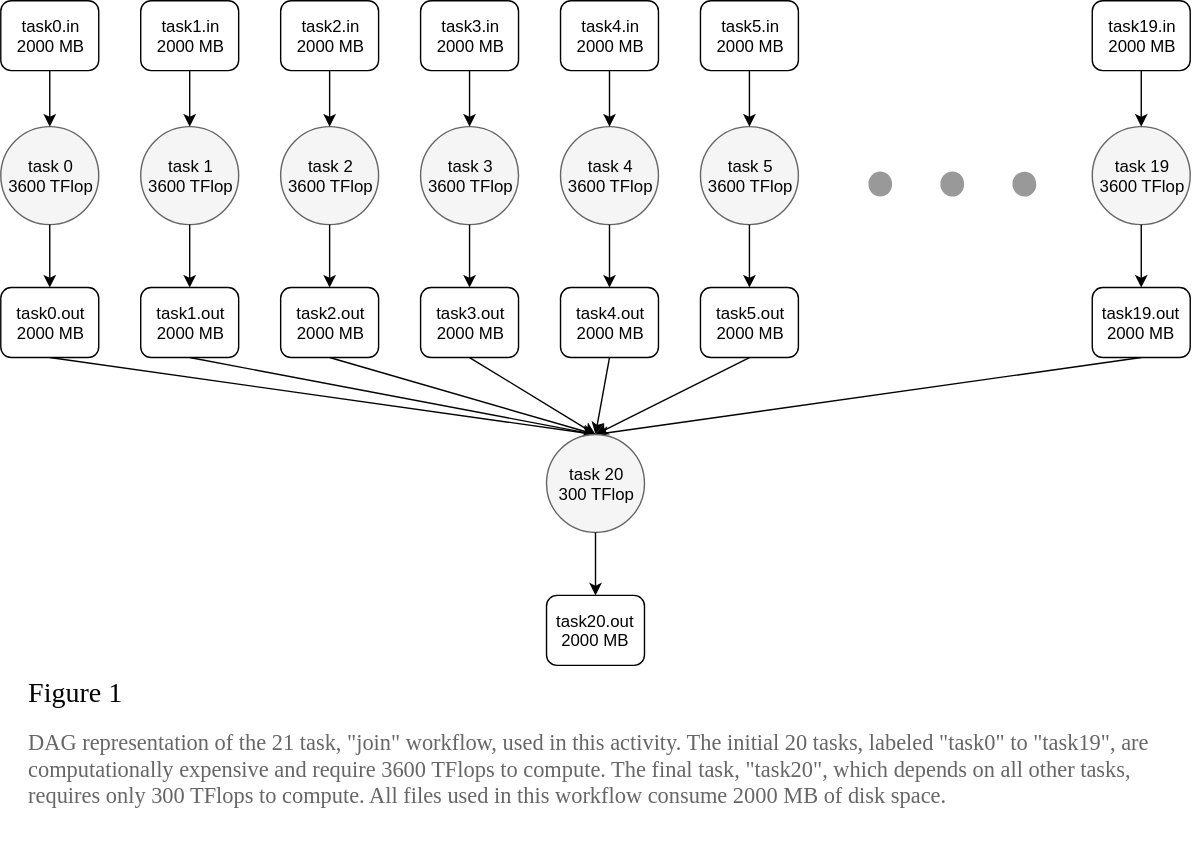
Earlier version of the draw.io export docs/public/img/activity_2/workflow.svg (wrench-project/wrench-pedagogic-modules). Source tidied: cells renumbered, new cells last; positions are measured from the earlier drawing's top-left corner, leaving out a move shared by most shapes.
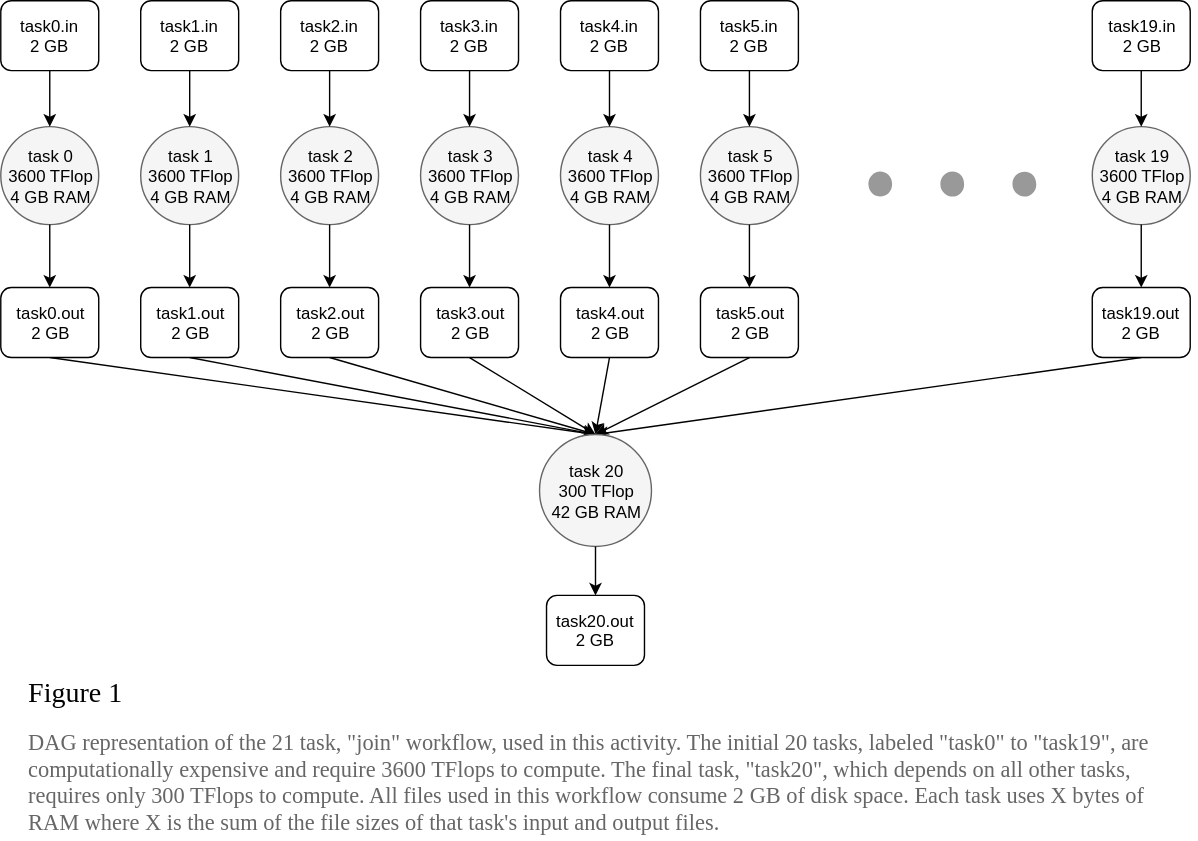
Later version of the same file.

What changed in the source:
```diff
@@ -26,94 +26,94 @@
     <mxCell id="9" style="endArrow=classic;html=1;exitX=0.5;exitY=1;entryX=0.5;entryY=0;" parent="1" edge="1" source="45" target="47">
       <mxGeometry relative="1" as="geometry" />
     </mxCell>
-    <mxCell id="10" value="&lt;h1 style=&quot;font-size: 20px&quot;&gt;&lt;font face=&quot;Garamond&quot; style=&quot;font-size: 20px ; font-weight: normal&quot;&gt;Figure 2.1&lt;/font&gt;&lt;/h1&gt;&lt;p&gt;&lt;font face=&quot;Garamond&quot;&gt;&lt;span style=&quot;font-size: 16px&quot;&gt;&lt;font color=&quot;#666666&quot;&gt;DAG representation of the 21 task, &quot;join&quot; workflow, used in this activity. The initial 20 tasks, labeled &quot;task0&quot; to &quot;task19&quot;, are computationally expensive and require 3600 TFlops to compute. The final task, &quot;task20&quot;, which depends on all other tasks, requires only 300 TFlops to compute. All files used in this workflow consume 2000 MB of disk space.&amp;nbsp;&lt;/font&gt; &amp;nbsp;&lt;/span&gt;&lt;/font&gt;&lt;/p&gt;" style="text;html=1;strokeColor=none;fillColor=none;spacing=5;spacingTop=-20;whiteSpace=wrap;overflow=hidden;rounded=0;" parent="1" vertex="1">
+    <mxCell id="10" value="&lt;h1 style=&quot;font-size: 20px&quot;&gt;&lt;font face=&quot;Garamond&quot; style=&quot;font-size: 20px ; font-weight: normal&quot;&gt;Figure 1&lt;/font&gt;&lt;/h1&gt;&lt;p&gt;&lt;font face=&quot;Garamond&quot;&gt;&lt;span style=&quot;font-size: 16px&quot;&gt;&lt;font color=&quot;#666666&quot;&gt;DAG representation of the 21 task, &quot;join&quot; workflow, used in this activity. The initial 20 tasks, labeled &quot;task0&quot; to &quot;task19&quot;, are computationally expensive and require 3600 TFlops to compute. The final task, &quot;task20&quot;, which depends on all other tasks, requires only 300 TFlops to compute. All files used in this workflow consume 2 GB of disk space. Each task uses X bytes of RAM where X is the sum of the file sizes of that task's input and output files.&amp;nbsp; &amp;nbsp;&lt;/font&gt; &amp;nbsp;&lt;/span&gt;&lt;/font&gt;&lt;/p&gt;" style="text;html=1;strokeColor=none;fillColor=none;spacing=5;spacingTop=-20;whiteSpace=wrap;overflow=hidden;rounded=0;" parent="1" vertex="1">
       <mxGeometry x="15" y="480" width="840" height="120" as="geometry" />
     </mxCell>
-    <mxCell id="11" value="&lt;font style=&quot;font-size: 12px&quot;&gt;task 0&lt;br&gt;3600 TFlop&lt;br&gt;&lt;/font&gt;" style="ellipse;whiteSpace=wrap;html=1;strokeColor=#666666;strokeWidth=1;fillColor=#F5F5F5;" parent="1" vertex="1">
+    <mxCell id="11" value="&lt;font style=&quot;font-size: 12px&quot;&gt;task 0&lt;br&gt;3600 TFlop&lt;br&gt;4 GB RAM&lt;br&gt;&lt;/font&gt;" style="ellipse;whiteSpace=wrap;html=1;strokeColor=#666666;strokeWidth=1;fillColor=#F5F5F5;" parent="1" vertex="1">
       <mxGeometry y="90" width="70" height="70" as="geometry" />
     </mxCell>
     <mxCell id="12" style="edgeStyle=orthogonalEdgeStyle;rounded=0;html=1;jettySize=auto;" parent="1" edge="1" source="13" target="11">
       <mxGeometry relative="1" as="geometry" />
     </mxCell>
-    <mxCell id="13" value="task0.in&lt;br&gt;2000 MB&lt;br&gt;" style="rounded=1;whiteSpace=wrap;html=1;strokeColor=#000000;strokeWidth=1;fillColor=#ffffff;" parent="1" vertex="1">
+    <mxCell id="13" value="task0.in&lt;br&gt;2 GB&lt;br&gt;" style="rounded=1;whiteSpace=wrap;html=1;strokeColor=#000000;strokeWidth=1;fillColor=#ffffff;" parent="1" vertex="1">
       <mxGeometry width="70" height="50" as="geometry" />
     </mxCell>
-    <mxCell id="14" value="task0.out&lt;br&gt;2000 MB&lt;br&gt;" style="rounded=1;whiteSpace=wrap;html=1;strokeColor=#000000;strokeWidth=1;fillColor=#ffffff;" parent="1" vertex="1">
+    <mxCell id="14" value="task0.out&lt;br&gt;2 GB&lt;br&gt;" style="rounded=1;whiteSpace=wrap;html=1;strokeColor=#000000;strokeWidth=1;fillColor=#ffffff;" parent="1" vertex="1">
       <mxGeometry y="205" width="70" height="50" as="geometry" />
     </mxCell>
     <mxCell id="15" style="edgeStyle=orthogonalEdgeStyle;rounded=0;html=1;jettySize=auto;" parent="1" edge="1" source="11" target="14">
       <mxGeometry relative="1" as="geometry" />
     </mxCell>
-    <mxCell id="16" value="&lt;font style=&quot;font-size: 12px&quot;&gt;task 1&lt;br&gt;3600 TFlop&lt;br&gt;&lt;/font&gt;" style="ellipse;whiteSpace=wrap;html=1;strokeColor=#666666;strokeWidth=1;fillColor=#F5F5F5;" parent="1" vertex="1">
+    <mxCell id="16" value="&lt;font style=&quot;font-size: 12px&quot;&gt;task 1&lt;br&gt;3600 TFlop&lt;br&gt;4 GB RAM&lt;br&gt;&lt;/font&gt;" style="ellipse;whiteSpace=wrap;html=1;strokeColor=#666666;strokeWidth=1;fillColor=#F5F5F5;" parent="1" vertex="1">
       <mxGeometry x="100" y="90" width="70" height="70" as="geometry" />
     </mxCell>
     <mxCell id="17" style="edgeStyle=orthogonalEdgeStyle;rounded=0;html=1;jettySize=auto;" parent="1" edge="1" source="18" target="16">
       <mxGeometry relative="1" as="geometry" />
     </mxCell>
-    <mxCell id="18" value="task1.in&lt;br&gt;2000 MB&lt;br&gt;" style="rounded=1;whiteSpace=wrap;html=1;strokeColor=#000000;strokeWidth=1;fillColor=#ffffff;" parent="1" vertex="1">
+    <mxCell id="18" value="task1.in&lt;br&gt;2 GB&lt;br&gt;" style="rounded=1;whiteSpace=wrap;html=1;strokeColor=#000000;strokeWidth=1;fillColor=#ffffff;" parent="1" vertex="1">
       <mxGeometry x="100" width="70" height="50" as="geometry" />
     </mxCell>
-    <mxCell id="19" value="task1.out&lt;br&gt;2000 MB&lt;br&gt;" style="rounded=1;whiteSpace=wrap;html=1;strokeColor=#000000;strokeWidth=1;fillColor=#ffffff;" parent="1" vertex="1">
+    <mxCell id="19" value="task1.out&lt;br&gt;2 GB&lt;br&gt;" style="rounded=1;whiteSpace=wrap;html=1;strokeColor=#000000;strokeWidth=1;fillColor=#ffffff;" parent="1" vertex="1">
       <mxGeometry x="100" y="205" width="70" height="50" as="geometry" />
     </mxCell>
     <mxCell id="20" style="edgeStyle=orthogonalEdgeStyle;rounded=0;html=1;jettySize=auto;" parent="1" edge="1" source="16" target="19">
       <mxGeometry relative="1" as="geometry" />
     </mxCell>
-    <mxCell id="21" value="&lt;font style=&quot;font-size: 12px&quot;&gt;task 2&lt;br&gt;3600 TFlop&lt;br&gt;&lt;/font&gt;" style="ellipse;whiteSpace=wrap;html=1;strokeColor=#666666;strokeWidth=1;fillColor=#F5F5F5;" parent="1" vertex="1">
+    <mxCell id="21" value="&lt;font style=&quot;font-size: 12px&quot;&gt;task 2&lt;br&gt;3600 TFlop&lt;br&gt;4 GB RAM&lt;br&gt;&lt;/font&gt;" style="ellipse;whiteSpace=wrap;html=1;strokeColor=#666666;strokeWidth=1;fillColor=#F5F5F5;" parent="1" vertex="1">
       <mxGeometry x="200" y="90" width="70" height="70" as="geometry" />
     </mxCell>
     <mxCell id="22" style="edgeStyle=orthogonalEdgeStyle;rounded=0;html=1;jettySize=auto;" parent="1" edge="1" source="23" target="21">
       <mxGeometry relative="1" as="geometry" />
     </mxCell>
-    <mxCell id="23" value="task2.in&lt;br&gt;2000 MB&lt;br&gt;" style="rounded=1;whiteSpace=wrap;html=1;strokeColor=#000000;strokeWidth=1;fillColor=#ffffff;" parent="1" vertex="1">
+    <mxCell id="23" value="task2.in&lt;br&gt;2 GB&lt;br&gt;" style="rounded=1;whiteSpace=wrap;html=1;strokeColor=#000000;strokeWidth=1;fillColor=#ffffff;" parent="1" vertex="1">
       <mxGeometry x="200" width="70" height="50" as="geometry" />
     </mxCell>
-    <mxCell id="24" value="task2.out&lt;br&gt;2000 MB&lt;br&gt;" style="rounded=1;whiteSpace=wrap;html=1;strokeColor=#000000;strokeWidth=1;fillColor=#ffffff;" parent="1" vertex="1">
+    <mxCell id="24" value="task2.out&lt;br&gt;2 GB&lt;br&gt;" style="rounded=1;whiteSpace=wrap;html=1;strokeColor=#000000;strokeWidth=1;fillColor=#ffffff;" parent="1" vertex="1">
       <mxGeometry x="200" y="205" width="70" height="50" as="geometry" />
     </mxCell>
     <mxCell id="25" style="edgeStyle=orthogonalEdgeStyle;rounded=0;html=1;jettySize=auto;" parent="1" edge="1" source="21" target="24">
       <mxGeometry relative="1" as="geometry" />
     </mxCell>
-    <mxCell id="26" value="&lt;font style=&quot;font-size: 12px&quot;&gt;task 3&lt;br&gt;3600 TFlop&lt;br&gt;&lt;/font&gt;" style="ellipse;whiteSpace=wrap;html=1;strokeColor=#666666;strokeWidth=1;fillColor=#F5F5F5;" parent="1" vertex="1">
+    <mxCell id="26" value="&lt;font style=&quot;font-size: 12px&quot;&gt;task 3&lt;br&gt;3600 TFlop&lt;br&gt;4 GB RAM&lt;br&gt;&lt;/font&gt;" style="ellipse;whiteSpace=wrap;html=1;strokeColor=#666666;strokeWidth=1;fillColor=#F5F5F5;" parent="1" vertex="1">
       <mxGeometry x="300" y="90" width="70" height="70" as="geometry" />
     </mxCell>
     <mxCell id="27" style="edgeStyle=orthogonalEdgeStyle;rounded=0;html=1;jettySize=auto;" parent="1" edge="1" source="28" target="26">
       <mxGeometry relative="1" as="geometry" />
     </mxCell>
-    <mxCell id="28" value="task3.in&lt;br&gt;2000 MB&lt;br&gt;" style="rounded=1;whiteSpace=wrap;html=1;strokeColor=#000000;strokeWidth=1;fillColor=#ffffff;" parent="1" vertex="1">
+    <mxCell id="28" value="task3.in&lt;br&gt;2 GB&lt;br&gt;" style="rounded=1;whiteSpace=wrap;html=1;strokeColor=#000000;strokeWidth=1;fillColor=#ffffff;" parent="1" vertex="1">
       <mxGeometry x="300" width="70" height="50" as="geometry" />
     </mxCell>
-    <mxCell id="29" value="task3.out&lt;br&gt;2000 MB&lt;br&gt;" style="rounded=1;whiteSpace=wrap;html=1;strokeColor=#000000;strokeWidth=1;fillColor=#ffffff;" parent="1" vertex="1">
+    <mxCell id="29" value="task3.out&lt;br&gt;2 GB&lt;br&gt;" style="rounded=1;whiteSpace=wrap;html=1;strokeColor=#000000;strokeWidth=1;fillColor=#ffffff;" parent="1" vertex="1">
       <mxGeometry x="300" y="205" width="70" height="50" as="geometry" />
     </mxCell>
     <mxCell id="30" style="edgeStyle=orthogonalEdgeStyle;rounded=0;html=1;jettySize=auto;" parent="1" edge="1" source="26" target="29">
       <mxGeometry relative="1" as="geometry" />
     </mxCell>
-    <mxCell id="31" value="&lt;font style=&quot;font-size: 12px&quot;&gt;task 4&lt;br&gt;3600 TFlop&lt;br&gt;&lt;/font&gt;" style="ellipse;whiteSpace=wrap;html=1;strokeColor=#666666;strokeWidth=1;fillColor=#F5F5F5;" parent="1" vertex="1">
+    <mxCell id="31" value="&lt;font style=&quot;font-size: 12px&quot;&gt;task 4&lt;br&gt;3600 TFlop&lt;br&gt;4 GB RAM&lt;br&gt;&lt;/font&gt;" style="ellipse;whiteSpace=wrap;html=1;strokeColor=#666666;strokeWidth=1;fillColor=#F5F5F5;" parent="1" vertex="1">
       <mxGeometry x="400" y="90" width="70" height="70" as="geometry" />
     </mxCell>
     <mxCell id="32" style="edgeStyle=orthogonalEdgeStyle;rounded=0;html=1;jettySize=auto;" parent="1" edge="1" source="33" target="31">
       <mxGeometry relative="1" as="geometry" />
     </mxCell>
-    <mxCell id="33" value="task4.in&lt;br&gt;2000 MB&lt;br&gt;" style="rounded=1;whiteSpace=wrap;html=1;strokeColor=#000000;strokeWidth=1;fillColor=#ffffff;" parent="1" vertex="1">
+    <mxCell id="33" value="task4.in&lt;br&gt;2 GB&lt;br&gt;" style="rounded=1;whiteSpace=wrap;html=1;strokeColor=#000000;strokeWidth=1;fillColor=#ffffff;" parent="1" vertex="1">
       <mxGeometry x="400" width="70" height="50" as="geometry" />
     </mxCell>
-    <mxCell id="34" value="task4.out&lt;br&gt;2000 MB&lt;br&gt;" style="rounded=1;whiteSpace=wrap;html=1;strokeColor=#000000;strokeWidth=1;fillColor=#ffffff;" parent="1" vertex="1">
+    <mxCell id="34" value="task4.out&lt;br&gt;2 GB&lt;br&gt;" style="rounded=1;whiteSpace=wrap;html=1;strokeColor=#000000;strokeWidth=1;fillColor=#ffffff;" parent="1" vertex="1">
       <mxGeometry x="400" y="205" width="70" height="50" as="geometry" />
     </mxCell>
     <mxCell id="35" style="edgeStyle=orthogonalEdgeStyle;rounded=0;html=1;jettySize=auto;" parent="1" edge="1" source="31" target="34">
       <mxGeometry relative="1" as="geometry" />
     </mxCell>
-    <mxCell id="36" value="&lt;font style=&quot;font-size: 12px&quot;&gt;task 5&lt;br&gt;3600 TFlop&lt;br&gt;&lt;/font&gt;" style="ellipse;whiteSpace=wrap;html=1;strokeColor=#666666;strokeWidth=1;fillColor=#F5F5F5;" parent="1" vertex="1">
+    <mxCell id="36" value="&lt;font style=&quot;font-size: 12px&quot;&gt;task 5&lt;br&gt;3600 TFlop&lt;br&gt;4 GB RAM&lt;br&gt;&lt;/font&gt;" style="ellipse;whiteSpace=wrap;html=1;strokeColor=#666666;strokeWidth=1;fillColor=#F5F5F5;" parent="1" vertex="1">
       <mxGeometry x="500" y="90" width="70" height="70" as="geometry" />
     </mxCell>
     <mxCell id="37" style="edgeStyle=orthogonalEdgeStyle;rounded=0;html=1;jettySize=auto;" parent="1" edge="1" source="38" target="36">
       <mxGeometry relative="1" as="geometry" />
     </mxCell>
-    <mxCell id="38" value="task5.in&lt;br&gt;2000 MB&lt;br&gt;" style="rounded=1;whiteSpace=wrap;html=1;strokeColor=#000000;strokeWidth=1;fillColor=#ffffff;" parent="1" vertex="1">
+    <mxCell id="38" value="task5.in&lt;br&gt;2 GB&lt;br&gt;" style="rounded=1;whiteSpace=wrap;html=1;strokeColor=#000000;strokeWidth=1;fillColor=#ffffff;" parent="1" vertex="1">
       <mxGeometry x="500" width="70" height="50" as="geometry" />
     </mxCell>
-    <mxCell id="39" value="task5.out&lt;br&gt;2000 MB&lt;br&gt;" style="rounded=1;whiteSpace=wrap;html=1;strokeColor=#000000;strokeWidth=1;fillColor=#ffffff;" parent="1" vertex="1">
+    <mxCell id="39" value="task5.out&lt;br&gt;2 GB&lt;br&gt;" style="rounded=1;whiteSpace=wrap;html=1;strokeColor=#000000;strokeWidth=1;fillColor=#ffffff;" parent="1" vertex="1">
       <mxGeometry x="500" y="205" width="70" height="50" as="geometry" />
     </mxCell>
     <mxCell id="40" style="edgeStyle=orthogonalEdgeStyle;rounded=0;html=1;jettySize=auto;" parent="1" edge="1" source="36" target="39">
@@ -122,25 +122,25 @@
     <mxCell id="41" style="shadow=0;dashed=0;html=1;strokeColor=none;labelPosition=center;verticalLabelPosition=bottom;verticalAlign=top;align=center;shape=mxgraph.mscae.general_symbols.ellipses;fillColor=#999999;" parent="1" vertex="1">
       <mxGeometry x="620" y="122" width="120" height="18" as="geometry" />
     </mxCell>
-    <mxCell id="42" value="&lt;font style=&quot;font-size: 12px&quot;&gt;task 19&lt;br&gt;3600 TFlop&lt;br&gt;&lt;/font&gt;" style="ellipse;whiteSpace=wrap;html=1;strokeColor=#666666;strokeWidth=1;fillColor=#F5F5F5;" parent="1" vertex="1">
+    <mxCell id="42" value="&lt;font style=&quot;font-size: 12px&quot;&gt;task 19&lt;br&gt;3600 TFlop&lt;br&gt;4 GB RAM&lt;br&gt;&lt;/font&gt;" style="ellipse;whiteSpace=wrap;html=1;strokeColor=#666666;strokeWidth=1;fillColor=#F5F5F5;" parent="1" vertex="1">
       <mxGeometry x="780" y="90" width="70" height="70" as="geometry" />
     </mxCell>
     <mxCell id="43" style="edgeStyle=orthogonalEdgeStyle;rounded=0;html=1;jettySize=auto;" parent="1" edge="1" source="44" target="42">
       <mxGeometry relative="1" as="geometry" />
     </mxCell>
-    <mxCell id="44" value="task19.in&lt;br&gt;2000 MB&lt;br&gt;" style="rounded=1;whiteSpace=wrap;html=1;strokeColor=#000000;strokeWidth=1;fillColor=#ffffff;" parent="1" vertex="1">
+    <mxCell id="44" value="task19.in&lt;br&gt;2 GB&lt;br&gt;" style="rounded=1;whiteSpace=wrap;html=1;strokeColor=#000000;strokeWidth=1;fillColor=#ffffff;" parent="1" vertex="1">
       <mxGeometry x="780" width="70" height="50" as="geometry" />
     </mxCell>
-    <mxCell id="45" value="task19.out&lt;br&gt;2000 MB&lt;br&gt;" style="rounded=1;whiteSpace=wrap;html=1;strokeColor=#000000;strokeWidth=1;fillColor=#ffffff;" parent="1" vertex="1">
+    <mxCell id="45" value="task19.out&lt;br&gt;2 GB&lt;br&gt;" style="rounded=1;whiteSpace=wrap;html=1;strokeColor=#000000;strokeWidth=1;fillColor=#ffffff;" parent="1" vertex="1">
       <mxGeometry x="780" y="205" width="70" height="50" as="geometry" />
     </mxCell>
     <mxCell id="46" style="edgeStyle=orthogonalEdgeStyle;rounded=0;html=1;jettySize=auto;" parent="1" edge="1" source="42" target="45">
       <mxGeometry relative="1" as="geometry" />
     </mxCell>
-    <mxCell id="47" value="&lt;font style=&quot;font-size: 12px&quot;&gt;task 20&lt;br&gt;300 TFlop&lt;br&gt;&lt;/font&gt;" style="ellipse;whiteSpace=wrap;html=1;strokeColor=#666666;strokeWidth=1;fillColor=#F5F5F5;" parent="1" vertex="1">
-      <mxGeometry x="390" y="310" width="70" height="70" as="geometry" />
+    <mxCell id="47" value="&lt;font style=&quot;font-size: 12px&quot;&gt;task 20&lt;br&gt;300 TFlop&lt;br&gt;42 GB RAM&lt;br&gt;&lt;/font&gt;" style="ellipse;whiteSpace=wrap;html=1;strokeColor=#666666;strokeWidth=1;fillColor=#F5F5F5;" parent="1" vertex="1">
+      <mxGeometry x="385" y="310" width="80" height="80" as="geometry" />
     </mxCell>
-    <mxCell id="48" value="task20.out&lt;br&gt;2000 MB&lt;br&gt;" style="rounded=1;whiteSpace=wrap;html=1;strokeColor=#000000;strokeWidth=1;fillColor=#ffffff;" parent="1" vertex="1">
+    <mxCell id="48" value="task20.out&lt;br&gt;2 GB&lt;br&gt;" style="rounded=1;whiteSpace=wrap;html=1;strokeColor=#000000;strokeWidth=1;fillColor=#ffffff;" parent="1" vertex="1">
       <mxGeometry x="390" y="425" width="70" height="50" as="geometry" />
     </mxCell>
     <mxCell id="49" style="edgeStyle=orthogonalEdgeStyle;rounded=0;html=1;jettySize=auto;" parent="1" edge="1" source="47" target="48">
```
